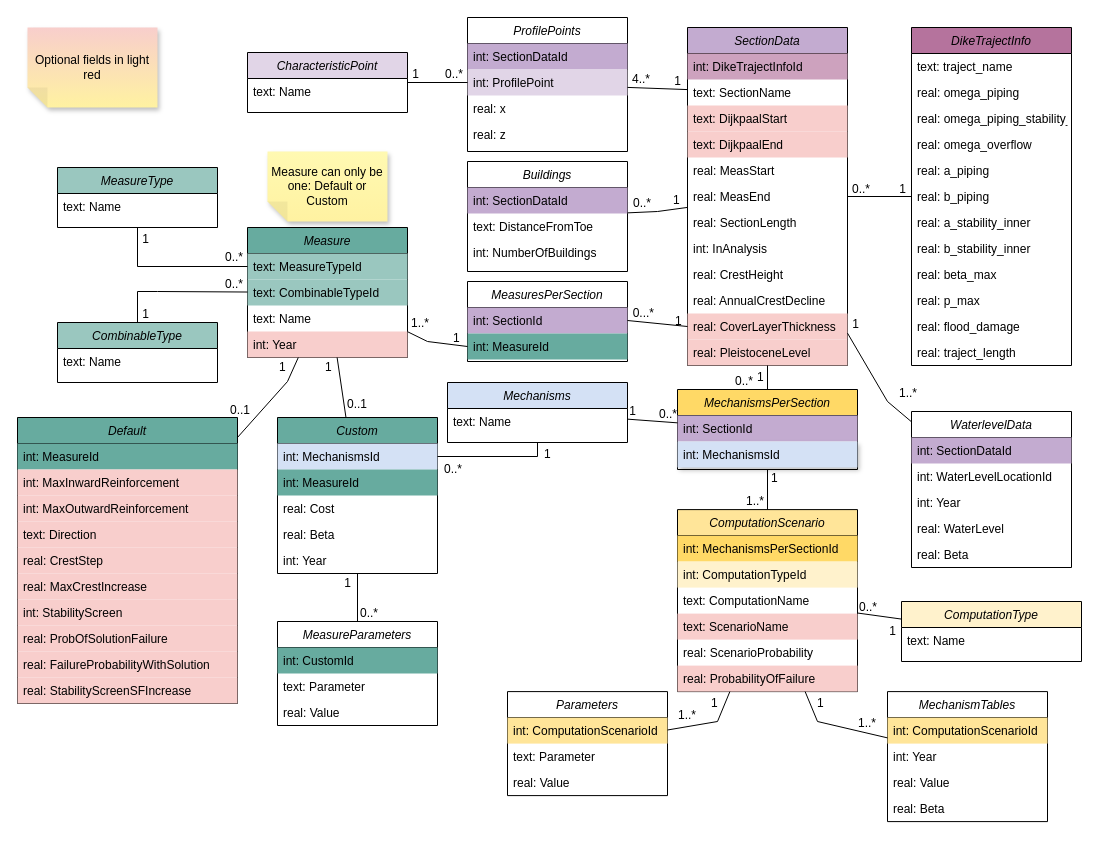
Earlier version of the draw.io diagram docs/db_diagram/vrtool_sql_input.drawio (Deltares/Veiligheidsrendement). Source tidied: cells renumbered, new cells numbered last; positions are measured from the earlier drawing's top-left corner, leaving out a move shared by most shapes. Both pictures are drawn from the tidied source at 100%, with x=0, y=0 at pixel (17, 17).
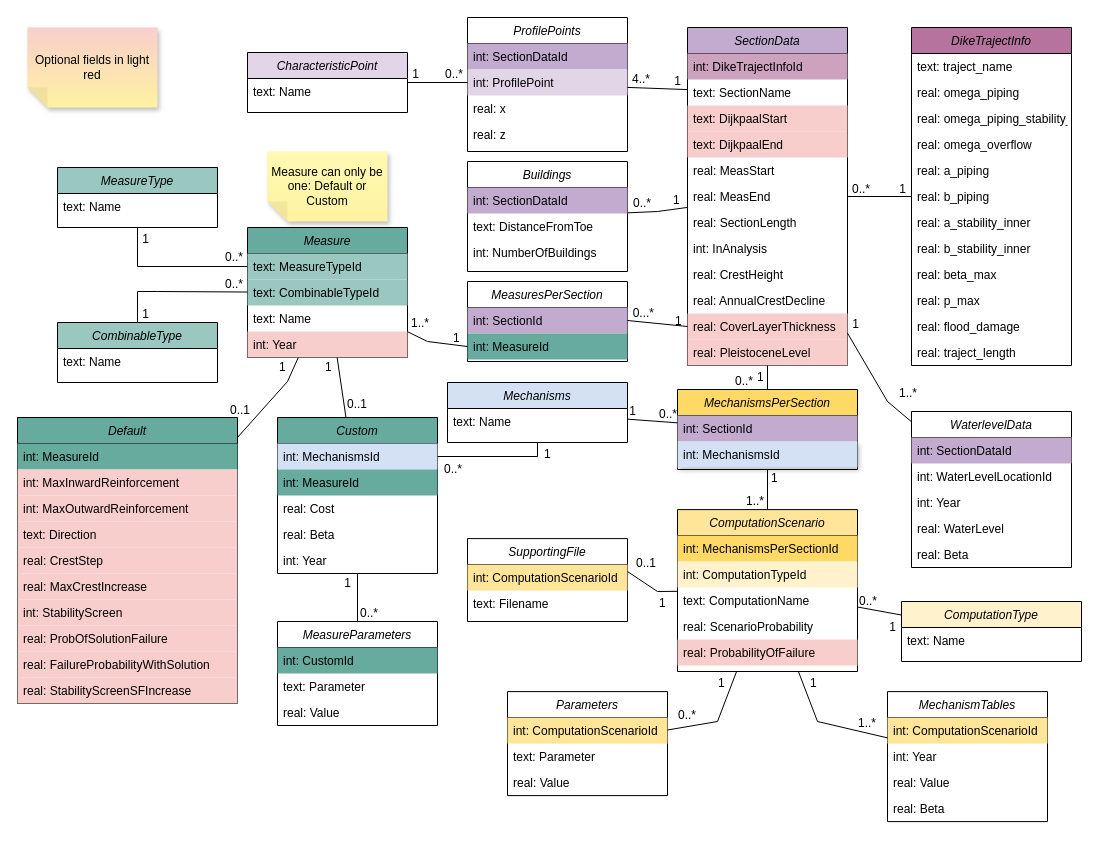
Above is the later version.

Unchanged cells that the change refers to:
```xml
<mxCell id="72" style="endArrow=none;html=1;rounded=0;" parent="1" edge="1" source="50" target="46">
  <mxGeometry relative="1" as="geometry">
    <Array as="points">
      <mxPoint x="700" y="704" />
    </Array>
  </mxGeometry>
</mxCell>
```

What changed in the source:
```diff
@@
     <mxCell id="50" value="ComputationScenario" style="swimlane;fontStyle=2;align=center;verticalAlign=top;horizontal=1;startSize=26;rounded=0;shadow=0;strokeWidth=1;fillColor=#FFE599;" parent="1" vertex="1">
-      <mxGeometry x="660" y="492.1" width="180" height="182" as="geometry" />
+      <mxGeometry x="660" y="492.1" width="180" height="161.9" as="geometry" />
     </mxCell>
@@
-    <mxCell id="54" value="text: ScenarioName" style="text;align=left;verticalAlign=top;spacingLeft=4;spacingRight=4;overflow=hidden;rounded=0;shadow=0;html=0;fillColor=#F8CECC;" parent="50" vertex="1">
-      <mxGeometry y="104" width="180" height="26" as="geometry" />
-    </mxCell>
     <mxCell id="55" value="real: ScenarioProbability" style="text;align=left;verticalAlign=top;spacingLeft=4;spacingRight=4;overflow=hidden;rounded=0;shadow=0;html=0;" parent="50" vertex="1">
-      <mxGeometry y="130" width="180" height="26" as="geometry" />
+      <mxGeometry y="104" width="180" height="26" as="geometry" />
     </mxCell>
     <mxCell id="56" value="real: ProbabilityOfFailure" style="text;align=left;verticalAlign=top;spacingLeft=4;spacingRight=4;overflow=hidden;rounded=0;shadow=0;html=0;fillColor=#F8CECC;" parent="50" vertex="1">
-      <mxGeometry y="156" width="180" height="26" as="geometry" />
+      <mxGeometry y="130" width="180" height="26" as="geometry" />
     </mxCell>
@@
-    <mxCell id="74" value="1..*" style="html=1;whiteSpace=wrap;align=right;verticalAlign=bottom;" parent="72" vertex="1">
+    <mxCell id="74" value="0..*" style="html=1;whiteSpace=wrap;align=right;verticalAlign=bottom;" parent="72" vertex="1">
       <mxGeometry x="1" relative="1" as="geometry">
         <mxPoint x="30" y="-6" as="offset" />
       </mxGeometry>
     </mxCell>
@@
+    <mxCell id="160" value="SupportingFile" style="swimlane;fontStyle=2;align=center;verticalAlign=top;horizontal=1;startSize=26;rounded=0;shadow=0;strokeWidth=1;fillColor=none;" parent="1" vertex="1">
+      <mxGeometry x="450" y="521.1" width="160" height="82.9" as="geometry" />
+    </mxCell>
+    <mxCell id="161" value="int: ComputationScenarioId" style="text;align=left;verticalAlign=top;spacingLeft=4;spacingRight=4;overflow=hidden;points=[[0,0.5],[1,0.5]];portConstraint=eastwest;rounded=0;shadow=0;html=0;fillColor=#FFE599;" parent="160" vertex="1">
+      <mxGeometry y="26" width="160" height="26" as="geometry" />
+    </mxCell>
+    <mxCell id="162" value="text: Filename" style="text;align=left;verticalAlign=top;spacingLeft=4;spacingRight=4;overflow=hidden;rounded=0;shadow=0;html=0;" parent="160" vertex="1">
+      <mxGeometry y="52" width="160" height="26" as="geometry" />
+    </mxCell>
+    <mxCell id="163" style="endArrow=none;html=1;rounded=0;entryX=1;entryY=0.267;entryDx=0;entryDy=0;entryPerimeter=0;" parent="1" edge="1" source="50" target="161">
+      <mxGeometry relative="1" as="geometry">
+        <Array as="points">
+          <mxPoint x="640" y="574" />
+        </Array>
+      </mxGeometry>
+    </mxCell>
+    <mxCell id="164" value="1" style="html=1;whiteSpace=wrap;align=left;verticalAlign=bottom;" parent="163" vertex="1">
+      <mxGeometry x="-1" relative="1" as="geometry">
+        <mxPoint x="-20" y="20" as="offset" />
+      </mxGeometry>
+    </mxCell>
+    <mxCell id="165" value="0..1" style="html=1;whiteSpace=wrap;align=right;verticalAlign=bottom;" parent="163" vertex="1">
+      <mxGeometry x="1" relative="1" as="geometry">
+        <mxPoint x="30" as="offset" />
+      </mxGeometry>
+    </mxCell>
```
